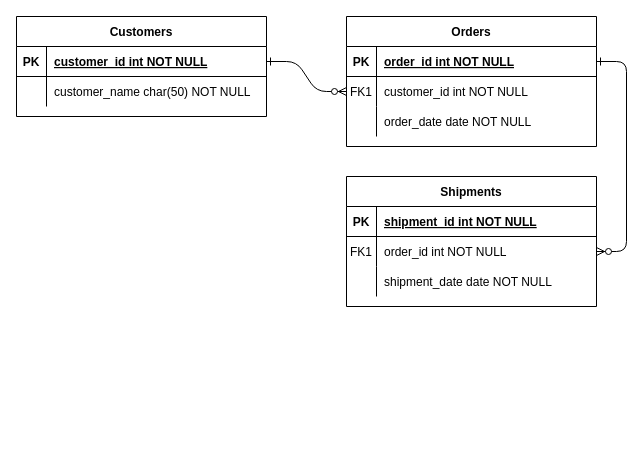
The draw.io diagram Untitled Diagram.drawio in Demmynile/Census-project, before the edit. Source tidied: cells renumbered, new cells numbered last; positions are measured from the earlier drawing's top-left corner, leaving out a move shared by most shapes. Both pictures are drawn from the tidied source at 100%, with x=0, y=0 at pixel (16, 16).
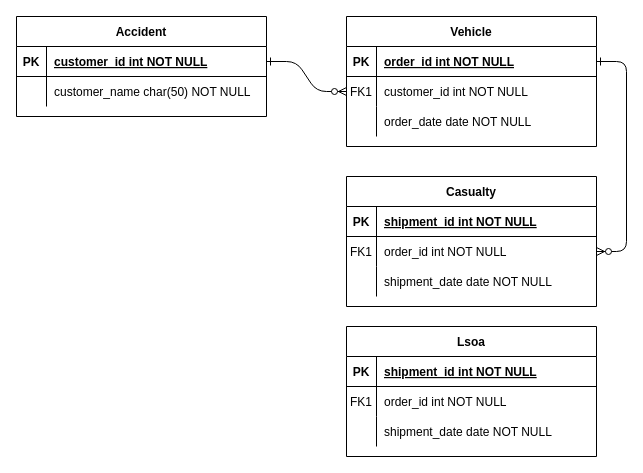
After the change.

The edit, as a diff of the source:
```diff
@@
-    <mxCell id="4" value="Orders" style="shape=table;startSize=30;childLayout=tableLayout;rowLines=0;fontStyle=1;align=center;" parent="1" vertex="1">
+    <mxCell id="4" value="Vehicle" style="shape=table;startSize=30;childLayout=tableLayout;rowLines=0;fontStyle=1;align=center;" parent="1" vertex="1">
       <mxGeometry x="330" width="250" height="130" as="geometry" />
     </mxCell>
@@
-    <mxCell id="14" value="Shipments" style="shape=table;startSize=30;childLayout=tableLayout;rowLines=0;fontStyle=1;align=center;" parent="1" vertex="1">
+    <mxCell id="14" value="Casualty" style="shape=table;startSize=30;childLayout=tableLayout;rowLines=0;fontStyle=1;align=center;" parent="1" vertex="1">
       <mxGeometry x="330" y="160" width="250" height="130" as="geometry" />
     </mxCell>
@@
-    <mxCell id="24" value="Customers" style="shape=table;startSize=30;childLayout=tableLayout;rowLines=0;fontStyle=1;align=center;" parent="1" vertex="1">
+    <mxCell id="24" value="Accident" style="shape=table;startSize=30;childLayout=tableLayout;rowLines=0;fontStyle=1;align=center;" parent="1" vertex="1">
       <mxGeometry width="250" height="100" as="geometry" />
     </mxCell>
@@
+    <mxCell id="31" value="Lsoa" style="shape=table;startSize=30;childLayout=tableLayout;rowLines=0;fontStyle=1;align=center;" parent="1" vertex="1">
+      <mxGeometry x="330" y="310" width="250" height="130" as="geometry" />
+    </mxCell>
+    <mxCell id="32" style="shape=partialRectangle;fillColor=none;top=0;left=0;right=0;bottom=1;" parent="31" vertex="1">
+      <mxGeometry y="30" width="250" height="30" as="geometry" />
+    </mxCell>
+    <mxCell id="33" value="PK" style="shape=partialRectangle;overflow=hidden;fillColor=none;top=0;left=0;bottom=0;right=0;fontStyle=1;" parent="32" vertex="1">
+      <mxGeometry width="30" height="30" as="geometry" />
+    </mxCell>
+    <mxCell id="34" value="shipment_id int NOT NULL " style="shape=partialRectangle;overflow=hidden;fillColor=none;top=0;left=0;bottom=0;right=0;align=left;spacingLeft=6;fontStyle=5;" parent="32" vertex="1">
+      <mxGeometry x="30" width="220" height="30" as="geometry" />
+    </mxCell>
+    <mxCell id="35" style="shape=partialRectangle;fillColor=none;top=0;left=0;right=0;bottom=0;" parent="31" vertex="1">
+      <mxGeometry y="60" width="250" height="30" as="geometry" />
+    </mxCell>
+    <mxCell id="36" value="FK1" style="shape=partialRectangle;overflow=hidden;fillColor=none;top=0;left=0;bottom=0;right=0;" parent="35" vertex="1">
+      <mxGeometry width="30" height="30" as="geometry" />
+    </mxCell>
+    <mxCell id="37" value="order_id int NOT NULL" style="shape=partialRectangle;overflow=hidden;fillColor=none;top=0;left=0;bottom=0;right=0;align=left;spacingLeft=6;" parent="35" vertex="1">
+      <mxGeometry x="30" width="220" height="30" as="geometry" />
+    </mxCell>
+    <mxCell id="38" style="shape=partialRectangle;fillColor=none;top=0;left=0;right=0;bottom=0;" parent="31" vertex="1">
+      <mxGeometry y="90" width="250" height="30" as="geometry" />
+    </mxCell>
+    <mxCell id="39" style="shape=partialRectangle;overflow=hidden;fillColor=none;top=0;left=0;bottom=0;right=0;" parent="38" vertex="1">
+      <mxGeometry width="30" height="30" as="geometry" />
+    </mxCell>
+    <mxCell id="40" value="shipment_date date NOT NULL" style="shape=partialRectangle;overflow=hidden;fillColor=none;top=0;left=0;bottom=0;right=0;align=left;spacingLeft=6;" parent="38" vertex="1">
+      <mxGeometry x="30" width="220" height="30" as="geometry" />
+    </mxCell>
```
